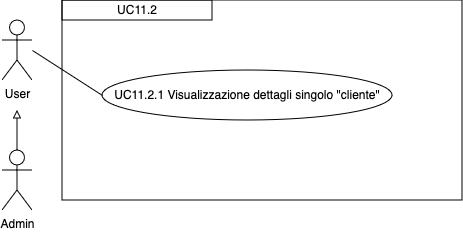
ShameIRL/farmacode keeps this draw.io diagram as imgs/Uml/UC11.2.1.png. Above is the earlier version. Source tidied: cells renumbered, new cells last; positions are measured from the earlier drawing's top-left corner, leaving out a move shared by most shapes.
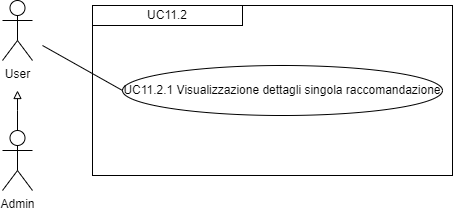
After the change.

Diff of the diagram source:
```diff
@@ -2,30 +2,34 @@
   <root>
     <mxCell id="0" />
     <mxCell id="1" parent="0" />
-    <mxCell id="2" style="edgeStyle=orthogonalEdgeStyle;rounded=0;jettySize=auto;html=1;exitX=0.5;exitY=0;exitDx=0;exitDy=0;exitPerimeter=0;endArrow=block;endFill=0;" parent="1" edge="1" source="3">
-      <mxGeometry relative="1" as="geometry">
-        <mxPoint x="15" y="110" as="targetPoint" />
-      </mxGeometry>
-    </mxCell>
+    <mxCell id="9" style="edgeStyle=orthogonalEdgeStyle;rounded=0;jettySize=auto;html=1;strokeColor=#000000;endArrow=block;endFill=0;" parent="1" edge="1" source="3">
+      <mxGeometry relative="1" as="geometry">
+        <mxPoint x="15" y="110" as="targetPoint" />
+        <Array as="points">
+          <mxPoint x="15" y="130" />
+          <mxPoint x="15" y="130" />
+        </Array>
+      </mxGeometry>
+    </mxCell>
     <mxCell id="3" value="Admin" style="shape=umlActor;verticalLabelPosition=bottom;verticalAlign=top;html=1;outlineConnect=0;" parent="1" vertex="1">
       <mxGeometry y="150" width="30" height="60" as="geometry" />
     </mxCell>
-    <mxCell id="4" value="UC11.2.1 Visualizzazione dettagli singolo &quot;cliente&quot;" style="ellipse;whiteSpace=wrap;html=1;" parent="1" vertex="1">
-      <mxGeometry x="100" y="70" width="290" height="50" as="geometry" />
-    </mxCell>
     <mxCell id="5" value="User" style="shape=umlActor;verticalLabelPosition=bottom;verticalAlign=top;html=1;" parent="1" vertex="1">
       <mxGeometry y="20" width="30" height="60" as="geometry" />
     </mxCell>
-    <mxCell id="6" style="endArrow=none;html=1;rounded=0;entryX=0;entryY=0.5;entryDx=0;entryDy=0;" parent="1" edge="1" target="4">
-      <mxGeometry relative="1" as="geometry">
-        <mxPoint x="30" y="50" as="sourcePoint" />
-      </mxGeometry>
-    </mxCell>
+    <mxCell id="10" style="rounded=0;whiteSpace=wrap;html=1;fillColor=none;" parent="1" vertex="1">
+      <mxGeometry x="90" y="25" width="360" height="170" as="geometry" />
+    </mxCell>
-    <mxCell id="7" value="UC11.2" style="rounded=0;whiteSpace=wrap;html=1;" parent="1" vertex="1">
-      <mxGeometry x="60" width="150" height="20" as="geometry" />
+    <mxCell id="7" value="&lt;div style=&quot;&quot;&gt;UC11.2&lt;/div&gt;" style="rounded=0;whiteSpace=wrap;html=1;fillColor=none;align=center;" parent="1" vertex="1">
+      <mxGeometry x="90" y="25" width="150" height="20" as="geometry" />
     </mxCell>
-    <mxCell id="8" style="rounded=0;whiteSpace=wrap;html=1;fillColor=none;" parent="1" vertex="1">
-      <mxGeometry x="60" width="400" height="200" as="geometry" />
-    </mxCell>
+    <mxCell id="11" value="UC11.2.1 Visualizzazione dettagli singola raccomandazione" style="ellipse;whiteSpace=wrap;html=1;" parent="1" vertex="1">
+      <mxGeometry x="120" y="85" width="320" height="50" as="geometry" />
+    </mxCell>
+    <mxCell id="12" style="endArrow=none;html=1;rounded=0;entryX=0;entryY=0.5;entryDx=0;entryDy=0;" parent="1" edge="1" target="11">
+      <mxGeometry relative="1" as="geometry">
+        <mxPoint x="40" y="65" as="sourcePoint" />
+      </mxGeometry>
+    </mxCell>
   </root>
 </mxGraphModel>
```
